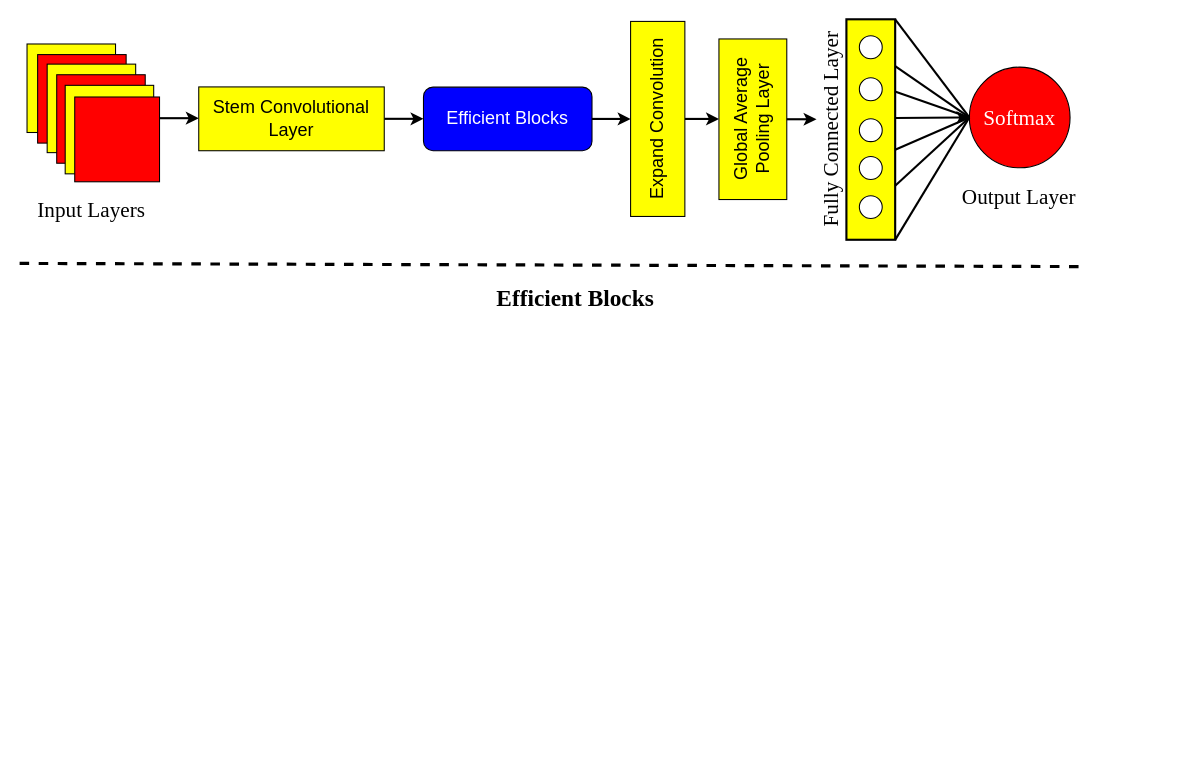
Earlier version of the draw.io diagram Efficient Net B7.drawio (a3X3k/-Random-). Source tidied: cells renumbered, new cells numbered last; positions are measured from the earlier drawing's top-left corner, leaving out a move shared by most shapes. Both pictures are drawn from the tidied source at 106%, with x=0, y=0 at pixel (19, 19).
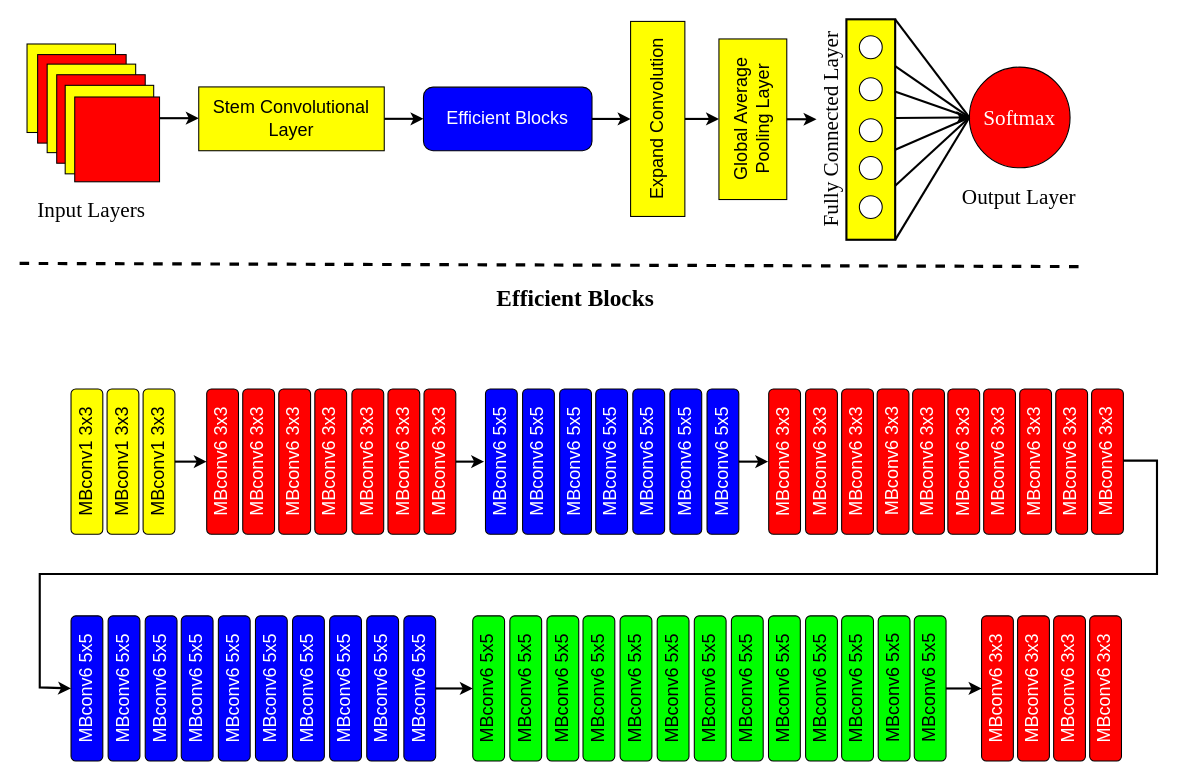
Above is the later version.

What changed in the source:
```diff
@@
+    <mxCell id="36" value="&lt;font style=&quot;font-size: 17px;&quot;&gt;MBconv1 3x3&lt;/font&gt;" style="rounded=1;whiteSpace=wrap;html=1;fillColor=#FFFF00;rotation=-90;" parent="1" vertex="1">
+      <mxGeometry x="-5" y="402" width="137" height="30" as="geometry" />
+    </mxCell>
+    <mxCell id="37" value="&lt;font style=&quot;font-size: 17px;&quot;&gt;MBconv1 3x3&lt;/font&gt;" style="rounded=1;whiteSpace=wrap;html=1;fillColor=#FFFF00;rotation=-90;" parent="1" vertex="1">
+      <mxGeometry x="29" y="402" width="137" height="30" as="geometry" />
+    </mxCell>
+    <mxCell id="38" style="edgeStyle=orthogonalEdgeStyle;rounded=0;jettySize=auto;html=1;exitX=0.5;exitY=1;exitDx=0;exitDy=0;entryX=0.5;entryY=0;entryDx=0;entryDy=0;strokeWidth=2;" parent="1" edge="1" source="39" target="40">
+      <mxGeometry relative="1" as="geometry" />
+    </mxCell>
+    <mxCell id="39" value="&lt;font style=&quot;font-size: 17px;&quot;&gt;MBconv1 3x3&lt;/font&gt;" style="rounded=1;whiteSpace=wrap;html=1;fillColor=#FFFF00;rotation=-90;" parent="1" vertex="1">
+      <mxGeometry x="63" y="402" width="137" height="30" as="geometry" />
+    </mxCell>
+    <mxCell id="40" value="&lt;font style=&quot;font-size: 17px;&quot;&gt;MBconv6 3x3&lt;/font&gt;" style="rounded=1;whiteSpace=wrap;html=1;fillColor=#FF0000;rotation=-90;fontColor=#FFFFFF;" parent="1" vertex="1">
+      <mxGeometry x="123" y="402" width="137" height="30" as="geometry" />
+    </mxCell>
+    <mxCell id="41" value="&lt;font style=&quot;font-size: 17px;&quot;&gt;MBconv6 3x3&lt;/font&gt;" style="rounded=1;whiteSpace=wrap;html=1;fillColor=#FF0000;rotation=-90;fontColor=#FFFFFF;" parent="1" vertex="1">
+      <mxGeometry x="157" y="402" width="137" height="30" as="geometry" />
+    </mxCell>
+    <mxCell id="42" value="&lt;font style=&quot;font-size: 17px;&quot;&gt;MBconv6 3x3&lt;/font&gt;" style="rounded=1;whiteSpace=wrap;html=1;fillColor=#FF0000;rotation=-90;fontColor=#FFFFFF;" parent="1" vertex="1">
+      <mxGeometry x="260" y="402" width="137" height="30" as="geometry" />
+    </mxCell>
+    <mxCell id="43" value="&lt;font style=&quot;font-size: 17px;&quot;&gt;MBconv6 3x3&lt;/font&gt;" style="rounded=1;whiteSpace=wrap;html=1;fillColor=#FF0000;rotation=-90;fontColor=#FFFFFF;" parent="1" vertex="1">
+      <mxGeometry x="191" y="402" width="137" height="30" as="geometry" />
+    </mxCell>
+    <mxCell id="44" value="&lt;font style=&quot;font-size: 17px;&quot;&gt;MBconv6 3x3&lt;/font&gt;" style="rounded=1;whiteSpace=wrap;html=1;fillColor=#FF0000;rotation=-90;fontColor=#FFFFFF;" parent="1" vertex="1">
+      <mxGeometry x="225" y="402" width="137" height="30" as="geometry" />
+    </mxCell>
+    <mxCell id="45" value="&lt;font style=&quot;font-size: 17px;&quot;&gt;MBconv6 3x3&lt;/font&gt;" style="rounded=1;whiteSpace=wrap;html=1;fillColor=#FF0000;rotation=-90;fontColor=#FFFFFF;" parent="1" vertex="1">
+      <mxGeometry x="294" y="402" width="137" height="30" as="geometry" />
+    </mxCell>
+    <mxCell id="46" style="edgeStyle=orthogonalEdgeStyle;rounded=0;jettySize=auto;html=1;exitX=0.5;exitY=1;exitDx=0;exitDy=0;strokeWidth=2;" parent="1" edge="1" source="47">
+      <mxGeometry relative="1" as="geometry">
+        <mxPoint x="438.2" y="417" as="targetPoint" />
+      </mxGeometry>
+    </mxCell>
+    <mxCell id="47" value="&lt;font style=&quot;font-size: 17px;&quot;&gt;MBconv6 3x3&lt;/font&gt;" style="rounded=1;whiteSpace=wrap;html=1;fillColor=#FF0000;rotation=-90;fontColor=#FFFFFF;" parent="1" vertex="1">
+      <mxGeometry x="328" y="402" width="137" height="30" as="geometry" />
+    </mxCell>
+    <mxCell id="48" value="&lt;font color=&quot;#ffffff&quot; style=&quot;font-size: 17px;&quot;&gt;MBconv6 5x5&lt;/font&gt;" style="rounded=1;whiteSpace=wrap;html=1;fillColor=#0000FF;rotation=-90;" parent="1" vertex="1">
+      <mxGeometry x="386" y="402" width="137" height="30" as="geometry" />
+    </mxCell>
+    <mxCell id="49" value="&lt;font color=&quot;#ffffff&quot; style=&quot;font-size: 17px;&quot;&gt;MBconv6 5x5&lt;/font&gt;" style="rounded=1;whiteSpace=wrap;html=1;fillColor=#0000FF;rotation=-90;" parent="1" vertex="1">
+      <mxGeometry x="421" y="402" width="137" height="30" as="geometry" />
+    </mxCell>
+    <mxCell id="50" value="&lt;font color=&quot;#ffffff&quot; style=&quot;font-size: 17px;&quot;&gt;MBconv6 5x5&lt;/font&gt;" style="rounded=1;whiteSpace=wrap;html=1;fillColor=#0000FF;rotation=-90;" parent="1" vertex="1">
+      <mxGeometry x="490" y="402" width="137" height="30" as="geometry" />
+    </mxCell>
+    <mxCell id="51" value="&lt;font color=&quot;#ffffff&quot; style=&quot;font-size: 17px;&quot;&gt;MBconv6 5x5&lt;/font&gt;" style="rounded=1;whiteSpace=wrap;html=1;fillColor=#0000FF;rotation=-90;" parent="1" vertex="1">
+      <mxGeometry x="456" y="402" width="137" height="30" as="geometry" />
+    </mxCell>
+    <mxCell id="52" value="&lt;font color=&quot;#ffffff&quot; style=&quot;font-size: 17px;&quot;&gt;MBconv6 5x5&lt;/font&gt;" style="rounded=1;whiteSpace=wrap;html=1;fillColor=#0000FF;rotation=-90;" parent="1" vertex="1">
+      <mxGeometry x="525" y="402" width="137" height="30" as="geometry" />
+    </mxCell>
+    <mxCell id="53" value="&lt;font color=&quot;#ffffff&quot; style=&quot;font-size: 17px;&quot;&gt;MBconv6 5x5&lt;/font&gt;" style="rounded=1;whiteSpace=wrap;html=1;fillColor=#0000FF;rotation=-90;" parent="1" vertex="1">
+      <mxGeometry x="560" y="402" width="137" height="30" as="geometry" />
+    </mxCell>
+    <mxCell id="54" style="edgeStyle=orthogonalEdgeStyle;rounded=0;jettySize=auto;html=1;exitX=0.5;exitY=1;exitDx=0;exitDy=0;strokeWidth=2;" parent="1" edge="1" source="55">
+      <mxGeometry relative="1" as="geometry">
+        <mxPoint x="706.2" y="417" as="targetPoint" />
+      </mxGeometry>
+    </mxCell>
+    <mxCell id="55" value="&lt;font color=&quot;#ffffff&quot; style=&quot;font-size: 17px;&quot;&gt;MBconv6 5x5&lt;/font&gt;" style="rounded=1;whiteSpace=wrap;html=1;fillColor=#0000FF;rotation=-90;" parent="1" vertex="1">
+      <mxGeometry x="595" y="402" width="137" height="30" as="geometry" />
+    </mxCell>
+    <mxCell id="56" value="&lt;font color=&quot;#ffffff&quot; style=&quot;font-size: 17px;&quot;&gt;MBconv6 3x3&lt;/font&gt;" style="rounded=1;whiteSpace=wrap;html=1;fillColor=#FF0000;rotation=-90;" parent="1" vertex="1">
+      <mxGeometry x="653.2" y="402" width="137" height="30" as="geometry" />
+    </mxCell>
+    <mxCell id="57" value="&lt;font color=&quot;#ffffff&quot; style=&quot;font-size: 17px;&quot;&gt;MBconv6 3x3&lt;/font&gt;" style="rounded=1;whiteSpace=wrap;html=1;fillColor=#FF0000;rotation=-90;" parent="1" vertex="1">
+      <mxGeometry x="688" y="402" width="137" height="30" as="geometry" />
+    </mxCell>
+    <mxCell id="58" value="&lt;font color=&quot;#ffffff&quot; style=&quot;font-size: 17px;&quot;&gt;MBconv6 3x3&lt;/font&gt;" style="rounded=1;whiteSpace=wrap;html=1;fillColor=#FF0000;rotation=-90;" parent="1" vertex="1">
+      <mxGeometry x="722" y="402" width="137" height="30" as="geometry" />
+    </mxCell>
+    <mxCell id="59" value="&lt;font color=&quot;#ffffff&quot; style=&quot;font-size: 17px;&quot;&gt;MBconv6 3x3&lt;/font&gt;" style="rounded=1;whiteSpace=wrap;html=1;fillColor=#FF0000;rotation=-90;" parent="1" vertex="1">
+      <mxGeometry x="755.5" y="402" width="137" height="30" as="geometry" />
+    </mxCell>
+    <mxCell id="60" value="&lt;font color=&quot;#ffffff&quot; style=&quot;font-size: 17px;&quot;&gt;MBconv6 3x3&lt;/font&gt;" style="rounded=1;whiteSpace=wrap;html=1;fillColor=#FF0000;rotation=-90;" parent="1" vertex="1">
+      <mxGeometry x="822.2" y="402" width="137" height="30" as="geometry" />
+    </mxCell>
+    <mxCell id="61" value="&lt;font color=&quot;#ffffff&quot; style=&quot;font-size: 17px;&quot;&gt;MBconv6 3x3&lt;/font&gt;" style="rounded=1;whiteSpace=wrap;html=1;fillColor=#FF0000;rotation=-90;" parent="1" vertex="1">
+      <mxGeometry x="856" y="402" width="137" height="30" as="geometry" />
+    </mxCell>
+    <mxCell id="62" value="&lt;font color=&quot;#ffffff&quot; style=&quot;font-size: 17px;&quot;&gt;MBconv6 3x3&lt;/font&gt;" style="rounded=1;whiteSpace=wrap;html=1;fillColor=#FF0000;rotation=-90;" parent="1" vertex="1">
+      <mxGeometry x="890" y="402" width="137" height="30" as="geometry" />
+    </mxCell>
+    <mxCell id="63" value="&lt;font color=&quot;#ffffff&quot; style=&quot;font-size: 17px;&quot;&gt;MBconv6 3x3&lt;/font&gt;" style="rounded=1;whiteSpace=wrap;html=1;fillColor=#FF0000;rotation=-90;" parent="1" vertex="1">
+      <mxGeometry x="789" y="402" width="137" height="30" as="geometry" />
+    </mxCell>
+    <mxCell id="64" value="&lt;font color=&quot;#ffffff&quot; style=&quot;font-size: 17px;&quot;&gt;MBconv6 3x3&lt;/font&gt;" style="rounded=1;whiteSpace=wrap;html=1;fillColor=#FF0000;rotation=-90;" parent="1" vertex="1">
+      <mxGeometry x="924" y="402" width="137" height="30" as="geometry" />
+    </mxCell>
+    <mxCell id="65" style="edgeStyle=orthogonalEdgeStyle;rounded=0;jettySize=auto;html=1;exitX=0.5;exitY=1;exitDx=0;exitDy=0;entryX=0.5;entryY=0;entryDx=0;entryDy=0;strokeWidth=2;" parent="1" edge="1" source="66" target="67">
+      <mxGeometry relative="1" as="geometry">
+        <Array as="points">
+          <mxPoint x="1041" y="416" />
+          <mxPoint x="1073" y="416" />
+          <mxPoint x="1073" y="523" />
+          <mxPoint x="19" y="523" />
+          <mxPoint x="19" y="630" />
+        </Array>
+      </mxGeometry>
+    </mxCell>
+    <mxCell id="66" value="&lt;font color=&quot;#ffffff&quot; style=&quot;font-size: 17px;&quot;&gt;MBconv6 3x3&lt;/font&gt;" style="rounded=1;whiteSpace=wrap;html=1;fillColor=#FF0000;rotation=-90;" parent="1" vertex="1">
+      <mxGeometry x="957.8" y="402" width="137" height="30" as="geometry" />
+    </mxCell>
+    <mxCell id="67" value="&lt;font color=&quot;#ffffff&quot; style=&quot;font-size: 17px;&quot;&gt;MBconv6 5x5&lt;/font&gt;" style="rounded=1;whiteSpace=wrap;html=1;fillColor=#0000FF;rotation=-90;" parent="1" vertex="1">
+      <mxGeometry x="-5" y="616" width="137" height="30" as="geometry" />
+    </mxCell>
+    <mxCell id="68" value="&lt;font color=&quot;#ffffff&quot; style=&quot;font-size: 17px;&quot;&gt;MBconv6 5x5&lt;/font&gt;" style="rounded=1;whiteSpace=wrap;html=1;fillColor=#0000FF;rotation=-90;" parent="1" vertex="1">
+      <mxGeometry x="30" y="616" width="137" height="30" as="geometry" />
+    </mxCell>
+    <mxCell id="69" value="&lt;font color=&quot;#ffffff&quot; style=&quot;font-size: 17px;&quot;&gt;MBconv6 5x5&lt;/font&gt;" style="rounded=1;whiteSpace=wrap;html=1;fillColor=#0000FF;rotation=-90;" parent="1" vertex="1">
+      <mxGeometry x="99" y="616" width="137" height="30" as="geometry" />
+    </mxCell>
+    <mxCell id="70" value="&lt;font color=&quot;#ffffff&quot; style=&quot;font-size: 17px;&quot;&gt;MBconv6 5x5&lt;/font&gt;" style="rounded=1;whiteSpace=wrap;html=1;fillColor=#0000FF;rotation=-90;" parent="1" vertex="1">
+      <mxGeometry x="65" y="616" width="137" height="30" as="geometry" />
+    </mxCell>
+    <mxCell id="71" value="&lt;font color=&quot;#ffffff&quot; style=&quot;font-size: 17px;&quot;&gt;MBconv6 5x5&lt;/font&gt;" style="rounded=1;whiteSpace=wrap;html=1;fillColor=#0000FF;rotation=-90;" parent="1" vertex="1">
+      <mxGeometry x="134" y="616" width="137" height="30" as="geometry" />
+    </mxCell>
+    <mxCell id="72" value="&lt;font color=&quot;#ffffff&quot; style=&quot;font-size: 17px;&quot;&gt;MBconv6 5x5&lt;/font&gt;" style="rounded=1;whiteSpace=wrap;html=1;fillColor=#0000FF;rotation=-90;" parent="1" vertex="1">
+      <mxGeometry x="169" y="616" width="137" height="30" as="geometry" />
+    </mxCell>
+    <mxCell id="73" value="&lt;font color=&quot;#ffffff&quot; style=&quot;font-size: 17px;&quot;&gt;MBconv6 5x5&lt;/font&gt;" style="rounded=1;whiteSpace=wrap;html=1;fillColor=#0000FF;rotation=-90;" parent="1" vertex="1">
+      <mxGeometry x="204" y="616" width="137" height="30" as="geometry" />
+    </mxCell>
+    <mxCell id="74" value="&lt;font color=&quot;#ffffff&quot; style=&quot;font-size: 17px;&quot;&gt;MBconv6 5x5&lt;/font&gt;" style="rounded=1;whiteSpace=wrap;html=1;fillColor=#0000FF;rotation=-90;" parent="1" vertex="1">
+      <mxGeometry x="239" y="616" width="137" height="30" as="geometry" />
+    </mxCell>
+    <mxCell id="75" value="&lt;font color=&quot;#ffffff&quot; style=&quot;font-size: 17px;&quot;&gt;MBconv6 5x5&lt;/font&gt;" style="rounded=1;whiteSpace=wrap;html=1;fillColor=#0000FF;rotation=-90;" parent="1" vertex="1">
+      <mxGeometry x="274" y="616" width="137" height="30" as="geometry" />
+    </mxCell>
+    <mxCell id="76" style="edgeStyle=orthogonalEdgeStyle;rounded=0;jettySize=auto;html=1;exitX=0.5;exitY=1;exitDx=0;exitDy=0;entryX=0.5;entryY=0;entryDx=0;entryDy=0;strokeWidth=2;" parent="1" edge="1" source="77" target="78">
+      <mxGeometry relative="1" as="geometry" />
+    </mxCell>
+    <mxCell id="77" value="&lt;font color=&quot;#ffffff&quot; style=&quot;font-size: 17px;&quot;&gt;MBconv6 5x5&lt;/font&gt;" style="rounded=1;whiteSpace=wrap;html=1;fillColor=#0000FF;rotation=-90;" parent="1" vertex="1">
+      <mxGeometry x="309" y="616" width="137" height="30" as="geometry" />
+    </mxCell>
+    <mxCell id="78" value="&lt;font style=&quot;font-size: 17px;&quot;&gt;MBconv6 5x5&lt;/font&gt;" style="rounded=1;whiteSpace=wrap;html=1;fillColor=#00FF00;rotation=-90;fontColor=#000000;" parent="1" vertex="1">
+      <mxGeometry x="374" y="616" width="137" height="30" as="geometry" />
+    </mxCell>
+    <mxCell id="79" value="&lt;font style=&quot;font-size: 17px;&quot;&gt;MBconv6 5x5&lt;/font&gt;" style="rounded=1;whiteSpace=wrap;html=1;fillColor=#00FF00;rotation=-90;fontColor=#000000;" parent="1" vertex="1">
+      <mxGeometry x="409" y="616" width="137" height="30" as="geometry" />
+    </mxCell>
+    <mxCell id="80" value="&lt;font style=&quot;font-size: 17px;&quot;&gt;MBconv6 5x5&lt;/font&gt;" style="rounded=1;whiteSpace=wrap;html=1;fillColor=#00FF00;rotation=-90;fontColor=#000000;" parent="1" vertex="1">
+      <mxGeometry x="478" y="616" width="137" height="30" as="geometry" />
+    </mxCell>
+    <mxCell id="81" value="&lt;font style=&quot;font-size: 17px;&quot;&gt;MBconv6 5x5&lt;/font&gt;" style="rounded=1;whiteSpace=wrap;html=1;fillColor=#00FF00;rotation=-90;fontColor=#000000;" parent="1" vertex="1">
+      <mxGeometry x="444" y="616" width="137" height="30" as="geometry" />
+    </mxCell>
+    <mxCell id="82" value="&lt;font style=&quot;font-size: 17px;&quot;&gt;MBconv6 5x5&lt;/font&gt;" style="rounded=1;whiteSpace=wrap;html=1;fillColor=#00FF00;rotation=-90;fontColor=#000000;" parent="1" vertex="1">
+      <mxGeometry x="513" y="616" width="137" height="30" as="geometry" />
+    </mxCell>
+    <mxCell id="83" value="&lt;font style=&quot;font-size: 17px;&quot;&gt;MBconv6 5x5&lt;/font&gt;" style="rounded=1;whiteSpace=wrap;html=1;fillColor=#00FF00;rotation=-90;fontColor=#000000;" parent="1" vertex="1">
+      <mxGeometry x="548" y="616" width="137" height="30" as="geometry" />
+    </mxCell>
+    <mxCell id="84" value="&lt;font style=&quot;font-size: 17px;&quot;&gt;MBconv6 5x5&lt;/font&gt;" style="rounded=1;whiteSpace=wrap;html=1;fillColor=#00FF00;rotation=-90;fontColor=#000000;" parent="1" vertex="1">
+      <mxGeometry x="583" y="616" width="137" height="30" as="geometry" />
+    </mxCell>
+    <mxCell id="85" value="&lt;font style=&quot;font-size: 17px;&quot;&gt;MBconv6 5x5&lt;/font&gt;" style="rounded=1;whiteSpace=wrap;html=1;fillColor=#00FF00;rotation=-90;fontColor=#000000;" parent="1" vertex="1">
+      <mxGeometry x="618" y="616" width="137" height="30" as="geometry" />
+    </mxCell>
+    <mxCell id="86" value="&lt;font style=&quot;font-size: 17px;&quot;&gt;MBconv6 5x5&lt;/font&gt;" style="rounded=1;whiteSpace=wrap;html=1;fillColor=#00FF00;rotation=-90;fontColor=#000000;" parent="1" vertex="1">
+      <mxGeometry x="653" y="616" width="137" height="30" as="geometry" />
+    </mxCell>
+    <mxCell id="87" value="&lt;font style=&quot;font-size: 17px;&quot;&gt;MBconv6 5x5&lt;/font&gt;" style="rounded=1;whiteSpace=wrap;html=1;fillColor=#00FF00;rotation=-90;fontColor=#000000;" parent="1" vertex="1">
+      <mxGeometry x="722" y="616" width="137" height="30" as="geometry" />
+    </mxCell>
+    <mxCell id="88" value="&lt;font style=&quot;font-size: 17px;&quot;&gt;MBconv6 5x5&lt;/font&gt;" style="rounded=1;whiteSpace=wrap;html=1;fillColor=#00FF00;rotation=-90;fontColor=#000000;" parent="1" vertex="1">
+      <mxGeometry x="688" y="616" width="137" height="30" as="geometry" />
+    </mxCell>
+    <mxCell id="89" style="edgeStyle=orthogonalEdgeStyle;rounded=0;jettySize=auto;html=1;exitX=0.5;exitY=1;exitDx=0;exitDy=0;entryX=0.5;entryY=0;entryDx=0;entryDy=0;strokeWidth=2;" parent="1" edge="1" source="90" target="92">
+      <mxGeometry relative="1" as="geometry" />
+    </mxCell>
+    <mxCell id="90" value="&lt;font style=&quot;font-size: 17px;&quot;&gt;MBconv6 5x5&lt;/font&gt;" style="rounded=1;whiteSpace=wrap;html=1;fillColor=#00FF00;rotation=-90;fontColor=#000000;" parent="1" vertex="1">
+      <mxGeometry x="790.5" y="616" width="137" height="30" as="geometry" />
+    </mxCell>
+    <mxCell id="91" value="&lt;font style=&quot;font-size: 17px;&quot;&gt;MBconv6 5x5&lt;/font&gt;" style="rounded=1;whiteSpace=wrap;html=1;fillColor=#00FF00;rotation=-90;fontColor=#000000;" parent="1" vertex="1">
+      <mxGeometry x="756.5" y="616" width="137" height="30" as="geometry" />
+    </mxCell>
+    <mxCell id="92" value="&lt;font style=&quot;font-size: 17px;&quot;&gt;MBconv6 3x3&lt;/font&gt;" style="rounded=1;whiteSpace=wrap;html=1;fillColor=#FF0000;rotation=-90;fontColor=#FFFFFF;" parent="1" vertex="1">
+      <mxGeometry x="854" y="616" width="137" height="30" as="geometry" />
+    </mxCell>
+    <mxCell id="93" value="&lt;font style=&quot;font-size: 17px;&quot;&gt;MBconv6 3x3&lt;/font&gt;" style="rounded=1;whiteSpace=wrap;html=1;fillColor=#FF0000;rotation=-90;fontColor=#FFFFFF;" parent="1" vertex="1">
+      <mxGeometry x="888" y="616" width="137" height="30" as="geometry" />
+    </mxCell>
+    <mxCell id="94" value="&lt;font style=&quot;font-size: 17px;&quot;&gt;MBconv6 3x3&lt;/font&gt;" style="rounded=1;whiteSpace=wrap;html=1;fillColor=#FF0000;rotation=-90;fontColor=#FFFFFF;" parent="1" vertex="1">
+      <mxGeometry x="922" y="616" width="137" height="30" as="geometry" />
+    </mxCell>
+    <mxCell id="95" value="&lt;font style=&quot;font-size: 17px;&quot;&gt;MBconv6 3x3&lt;/font&gt;" style="rounded=1;whiteSpace=wrap;html=1;fillColor=#FF0000;rotation=-90;fontColor=#FFFFFF;" parent="1" vertex="1">
+      <mxGeometry x="956" y="616" width="137" height="30" as="geometry" />
+    </mxCell>
```
